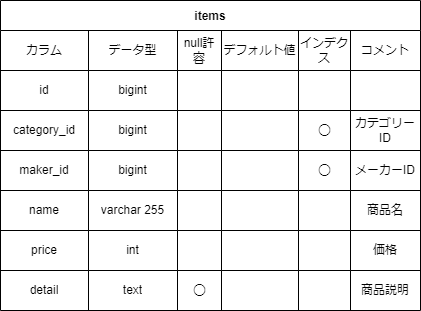
This is UML講座資料/UML/DB/DB定義書.drawio.png from ruderude/UML_study, a draw.io export, as it was before one commit. Source tidied: cells renumbered, new cells last; positions are measured from the earlier drawing's top-left corner, leaving out a move shared by most shapes.
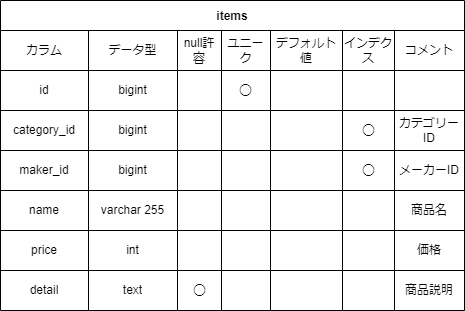
After the commit.

Diff of the diagram source:
```diff
@@ -3,10 +3,10 @@
     <mxCell id="0" />
     <mxCell id="1" parent="0" />
     <mxCell id="2" value="items" style="shape=table;startSize=30;fontStyle=1;align=center;" parent="1" vertex="1">
-      <mxGeometry width="420" height="310" as="geometry" />
+      <mxGeometry width="464" height="310" as="geometry" />
     </mxCell>
     <mxCell id="3" style="shape=tableRow;horizontal=0;startSize=0;swimlaneHead=0;swimlaneBody=0;top=0;left=0;bottom=0;right=0;fillColor=none;" parent="2" vertex="1">
-      <mxGeometry y="30" width="420" height="40" as="geometry" />
+      <mxGeometry y="30" width="464" height="40" as="geometry" />
     </mxCell>
     <mxCell id="4" value="カラム" style="shape=partialRectangle;html=1;whiteSpace=wrap;fillColor=none;top=0;left=0;bottom=0;right=0;overflow=hidden;" parent="3" vertex="1">
       <mxGeometry width="88" height="40" as="geometry" />
@@ -17,17 +17,20 @@
     <mxCell id="6" value="null許容" style="shape=partialRectangle;html=1;whiteSpace=wrap;fillColor=none;top=0;left=0;bottom=0;right=0;overflow=hidden;" parent="3" vertex="1">
       <mxGeometry x="177" width="44" height="40" as="geometry" />
     </mxCell>
+    <mxCell id="52" value="ユニーク" style="shape=partialRectangle;html=1;whiteSpace=wrap;fillColor=none;top=0;left=0;bottom=0;right=0;overflow=hidden;" parent="3" vertex="1">
+      <mxGeometry x="221" width="49" height="40" as="geometry" />
+    </mxCell>
     <mxCell id="7" value="デフォルト値" style="shape=partialRectangle;html=1;whiteSpace=wrap;fillColor=none;top=0;left=0;bottom=0;right=0;overflow=hidden;" parent="3" vertex="1">
-      <mxGeometry x="221" width="77" height="40" as="geometry" />
+      <mxGeometry x="270" width="72" height="40" as="geometry" />
     </mxCell>
     <mxCell id="8" value="インデクス" style="shape=partialRectangle;html=1;whiteSpace=wrap;fillColor=none;top=0;left=0;bottom=0;right=0;overflow=hidden;" parent="3" vertex="1">
-      <mxGeometry x="298" width="52" height="40" as="geometry" />
+      <mxGeometry x="342" width="52" height="40" as="geometry" />
     </mxCell>
     <mxCell id="9" value="コメント" style="shape=partialRectangle;html=1;whiteSpace=wrap;fillColor=none;top=0;left=0;bottom=0;right=0;overflow=hidden;" parent="3" vertex="1">
-      <mxGeometry x="350" width="70" height="40" as="geometry" />
+      <mxGeometry x="394" width="70" height="40" as="geometry" />
     </mxCell>
     <mxCell id="10" style="shape=tableRow;horizontal=0;startSize=0;swimlaneHead=0;swimlaneBody=0;top=0;left=0;bottom=0;right=0;fillColor=none;" parent="2" vertex="1">
-      <mxGeometry y="70" width="420" height="40" as="geometry" />
+      <mxGeometry y="70" width="464" height="40" as="geometry" />
     </mxCell>
     <mxCell id="11" value="id" style="shape=partialRectangle;html=1;whiteSpace=wrap;fillColor=none;top=0;left=0;bottom=0;right=0;overflow=hidden;" parent="10" vertex="1">
       <mxGeometry width="88" height="40" as="geometry" />
@@ -38,17 +41,20 @@
     <mxCell id="13" style="shape=partialRectangle;html=1;whiteSpace=wrap;fillColor=none;top=0;left=0;bottom=0;right=0;overflow=hidden;" parent="10" vertex="1">
       <mxGeometry x="177" width="44" height="40" as="geometry" />
     </mxCell>
+    <mxCell id="53" value="◯" style="shape=partialRectangle;html=1;whiteSpace=wrap;fillColor=none;top=0;left=0;bottom=0;right=0;overflow=hidden;" parent="10" vertex="1">
+      <mxGeometry x="221" width="49" height="40" as="geometry" />
+    </mxCell>
     <mxCell id="14" style="shape=partialRectangle;html=1;whiteSpace=wrap;fillColor=none;top=0;left=0;bottom=0;right=0;overflow=hidden;" parent="10" vertex="1">
-      <mxGeometry x="221" width="77" height="40" as="geometry" />
+      <mxGeometry x="270" width="72" height="40" as="geometry" />
     </mxCell>
     <mxCell id="15" style="shape=partialRectangle;html=1;whiteSpace=wrap;fillColor=none;top=0;left=0;bottom=0;right=0;overflow=hidden;" parent="10" vertex="1">
-      <mxGeometry x="298" width="52" height="40" as="geometry" />
+      <mxGeometry x="342" width="52" height="40" as="geometry" />
     </mxCell>
     <mxCell id="16" style="shape=partialRectangle;html=1;whiteSpace=wrap;fillColor=none;top=0;left=0;bottom=0;right=0;overflow=hidden;" parent="10" vertex="1">
-      <mxGeometry x="350" width="70" height="40" as="geometry" />
+      <mxGeometry x="394" width="70" height="40" as="geometry" />
     </mxCell>
     <mxCell id="17" style="shape=tableRow;horizontal=0;startSize=0;swimlaneHead=0;swimlaneBody=0;top=0;left=0;bottom=0;right=0;fillColor=none;" parent="2" vertex="1">
-      <mxGeometry y="110" width="420" height="40" as="geometry" />
+      <mxGeometry y="110" width="464" height="40" as="geometry" />
     </mxCell>
     <mxCell id="18" value="&lt;span style=&quot;text-align: left;&quot;&gt;category_id&lt;/span&gt;" style="shape=partialRectangle;html=1;whiteSpace=wrap;fillColor=none;top=0;left=0;bottom=0;right=0;overflow=hidden;" parent="17" vertex="1">
       <mxGeometry width="88" height="40" as="geometry" />
@@ -59,17 +65,20 @@
     <mxCell id="20" style="shape=partialRectangle;html=1;whiteSpace=wrap;fillColor=none;top=0;left=0;bottom=0;right=0;overflow=hidden;" parent="17" vertex="1">
       <mxGeometry x="177" width="44" height="40" as="geometry" />
     </mxCell>
+    <mxCell id="54" style="shape=partialRectangle;html=1;whiteSpace=wrap;fillColor=none;top=0;left=0;bottom=0;right=0;overflow=hidden;" parent="17" vertex="1">
+      <mxGeometry x="221" width="49" height="40" as="geometry" />
+    </mxCell>
     <mxCell id="21" style="shape=partialRectangle;html=1;whiteSpace=wrap;fillColor=none;top=0;left=0;bottom=0;right=0;overflow=hidden;" parent="17" vertex="1">
-      <mxGeometry x="221" width="77" height="40" as="geometry" />
+      <mxGeometry x="270" width="72" height="40" as="geometry" />
     </mxCell>
     <mxCell id="22" value="◯" style="shape=partialRectangle;html=1;whiteSpace=wrap;fillColor=none;top=0;left=0;bottom=0;right=0;overflow=hidden;" parent="17" vertex="1">
-      <mxGeometry x="298" width="52" height="40" as="geometry" />
+      <mxGeometry x="342" width="52" height="40" as="geometry" />
     </mxCell>
     <mxCell id="23" value="カテゴリーID" style="shape=partialRectangle;html=1;whiteSpace=wrap;fillColor=none;top=0;left=0;bottom=0;right=0;overflow=hidden;" parent="17" vertex="1">
-      <mxGeometry x="350" width="70" height="40" as="geometry" />
+      <mxGeometry x="394" width="70" height="40" as="geometry" />
     </mxCell>
     <mxCell id="24" style="shape=tableRow;horizontal=0;startSize=0;swimlaneHead=0;swimlaneBody=0;top=0;left=0;bottom=0;right=0;fillColor=none;" parent="2" vertex="1">
-      <mxGeometry y="150" width="420" height="40" as="geometry" />
+      <mxGeometry y="150" width="464" height="40" as="geometry" />
     </mxCell>
     <mxCell id="25" value="maker_id" style="shape=partialRectangle;html=1;whiteSpace=wrap;fillColor=none;top=0;left=0;bottom=0;right=0;overflow=hidden;" parent="24" vertex="1">
       <mxGeometry width="88" height="40" as="geometry" />
@@ -80,17 +89,20 @@
     <mxCell id="27" style="shape=partialRectangle;html=1;whiteSpace=wrap;fillColor=none;top=0;left=0;bottom=0;right=0;overflow=hidden;" parent="24" vertex="1">
       <mxGeometry x="177" width="44" height="40" as="geometry" />
     </mxCell>
+    <mxCell id="55" style="shape=partialRectangle;html=1;whiteSpace=wrap;fillColor=none;top=0;left=0;bottom=0;right=0;overflow=hidden;" parent="24" vertex="1">
+      <mxGeometry x="221" width="49" height="40" as="geometry" />
+    </mxCell>
     <mxCell id="28" style="shape=partialRectangle;html=1;whiteSpace=wrap;fillColor=none;top=0;left=0;bottom=0;right=0;overflow=hidden;" parent="24" vertex="1">
-      <mxGeometry x="221" width="77" height="40" as="geometry" />
+      <mxGeometry x="270" width="72" height="40" as="geometry" />
     </mxCell>
     <mxCell id="29" value="◯" style="shape=partialRectangle;html=1;whiteSpace=wrap;fillColor=none;top=0;left=0;bottom=0;right=0;overflow=hidden;" parent="24" vertex="1">
-      <mxGeometry x="298" width="52" height="40" as="geometry" />
+      <mxGeometry x="342" width="52" height="40" as="geometry" />
     </mxCell>
     <mxCell id="30" value="メーカーID" style="shape=partialRectangle;html=1;whiteSpace=wrap;fillColor=none;top=0;left=0;bottom=0;right=0;overflow=hidden;" parent="24" vertex="1">
-      <mxGeometry x="350" width="70" height="40" as="geometry" />
+      <mxGeometry x="394" width="70" height="40" as="geometry" />
     </mxCell>
     <mxCell id="31" style="shape=tableRow;horizontal=0;startSize=0;swimlaneHead=0;swimlaneBody=0;top=0;left=0;bottom=0;right=0;fillColor=none;" parent="2" vertex="1">
-      <mxGeometry y="190" width="420" height="40" as="geometry" />
+      <mxGeometry y="190" width="464" height="40" as="geometry" />
     </mxCell>
     <mxCell id="32" value="name" style="shape=partialRectangle;html=1;whiteSpace=wrap;fillColor=none;top=0;left=0;bottom=0;right=0;overflow=hidden;" parent="31" vertex="1">
       <mxGeometry width="88" height="40" as="geometry" />
@@ -101,17 +113,20 @@
     <mxCell id="34" style="shape=partialRectangle;html=1;whiteSpace=wrap;fillColor=none;top=0;left=0;bottom=0;right=0;overflow=hidden;" parent="31" vertex="1">
       <mxGeometry x="177" width="44" height="40" as="geometry" />
     </mxCell>
+    <mxCell id="56" style="shape=partialRectangle;html=1;whiteSpace=wrap;fillColor=none;top=0;left=0;bottom=0;right=0;overflow=hidden;" parent="31" vertex="1">
+      <mxGeometry x="221" width="49" height="40" as="geometry" />
+    </mxCell>
     <mxCell id="35" style="shape=partialRectangle;html=1;whiteSpace=wrap;fillColor=none;top=0;left=0;bottom=0;right=0;overflow=hidden;" parent="31" vertex="1">
-      <mxGeometry x="221" width="77" height="40" as="geometry" />
+      <mxGeometry x="270" width="72" height="40" as="geometry" />
     </mxCell>
     <mxCell id="36" style="shape=partialRectangle;html=1;whiteSpace=wrap;fillColor=none;top=0;left=0;bottom=0;right=0;overflow=hidden;" parent="31" vertex="1">
-      <mxGeometry x="298" width="52" height="40" as="geometry" />
+      <mxGeometry x="342" width="52" height="40" as="geometry" />
     </mxCell>
     <mxCell id="37" value="商品名" style="shape=partialRectangle;html=1;whiteSpace=wrap;fillColor=none;top=0;left=0;bottom=0;right=0;overflow=hidden;" parent="31" vertex="1">
-      <mxGeometry x="350" width="70" height="40" as="geometry" />
+      <mxGeometry x="394" width="70" height="40" as="geometry" />
     </mxCell>
     <mxCell id="38" style="shape=tableRow;horizontal=0;startSize=0;swimlaneHead=0;swimlaneBody=0;top=0;left=0;bottom=0;right=0;fillColor=none;" parent="2" vertex="1">
-      <mxGeometry y="230" width="420" height="40" as="geometry" />
+      <mxGeometry y="230" width="464" height="40" as="geometry" />
     </mxCell>
     <mxCell id="39" value="price" style="shape=partialRectangle;html=1;whiteSpace=wrap;fillColor=none;top=0;left=0;bottom=0;right=0;overflow=hidden;" parent="38" vertex="1">
       <mxGeometry width="88" height="40" as="geometry" />
@@ -122,17 +137,20 @@
     <mxCell id="41" style="shape=partialRectangle;html=1;whiteSpace=wrap;fillColor=none;top=0;left=0;bottom=0;right=0;overflow=hidden;" parent="38" vertex="1">
       <mxGeometry x="177" width="44" height="40" as="geometry" />
     </mxCell>
+    <mxCell id="57" style="shape=partialRectangle;html=1;whiteSpace=wrap;fillColor=none;top=0;left=0;bottom=0;right=0;overflow=hidden;" parent="38" vertex="1">
+      <mxGeometry x="221" width="49" height="40" as="geometry" />
+    </mxCell>
     <mxCell id="42" style="shape=partialRectangle;html=1;whiteSpace=wrap;fillColor=none;top=0;left=0;bottom=0;right=0;overflow=hidden;" parent="38" vertex="1">
-      <mxGeometry x="221" width="77" height="40" as="geometry" />
+      <mxGeometry x="270" width="72" height="40" as="geometry" />
     </mxCell>
     <mxCell id="43" style="shape=partialRectangle;html=1;whiteSpace=wrap;fillColor=none;top=0;left=0;bottom=0;right=0;overflow=hidden;" parent="38" vertex="1">
-      <mxGeometry x="298" width="52" height="40" as="geometry" />
+      <mxGeometry x="342" width="52" height="40" as="geometry" />
     </mxCell>
     <mxCell id="44" value="価格" style="shape=partialRectangle;html=1;whiteSpace=wrap;fillColor=none;top=0;left=0;bottom=0;right=0;overflow=hidden;" parent="38" vertex="1">
-      <mxGeometry x="350" width="70" height="40" as="geometry" />
+      <mxGeometry x="394" width="70" height="40" as="geometry" />
     </mxCell>
     <mxCell id="45" style="shape=tableRow;horizontal=0;startSize=0;swimlaneHead=0;swimlaneBody=0;top=0;left=0;bottom=0;right=0;fillColor=none;" parent="2" vertex="1">
-      <mxGeometry y="270" width="420" height="40" as="geometry" />
+      <mxGeometry y="270" width="464" height="40" as="geometry" />
     </mxCell>
     <mxCell id="46" value="detail" style="shape=partialRectangle;html=1;whiteSpace=wrap;fillColor=none;top=0;left=0;bottom=0;right=0;overflow=hidden;" parent="45" vertex="1">
       <mxGeometry width="88" height="40" as="geometry" />
@@ -143,14 +161,17 @@
     <mxCell id="48" value="◯" style="shape=partialRectangle;html=1;whiteSpace=wrap;fillColor=none;top=0;left=0;bottom=0;right=0;overflow=hidden;" parent="45" vertex="1">
       <mxGeometry x="177" width="44" height="40" as="geometry" />
     </mxCell>
+    <mxCell id="58" style="shape=partialRectangle;html=1;whiteSpace=wrap;fillColor=none;top=0;left=0;bottom=0;right=0;overflow=hidden;" parent="45" vertex="1">
+      <mxGeometry x="221" width="49" height="40" as="geometry" />
+    </mxCell>
     <mxCell id="49" style="shape=partialRectangle;html=1;whiteSpace=wrap;fillColor=none;top=0;left=0;bottom=0;right=0;overflow=hidden;" parent="45" vertex="1">
-      <mxGeometry x="221" width="77" height="40" as="geometry" />
+      <mxGeometry x="270" width="72" height="40" as="geometry" />
     </mxCell>
     <mxCell id="50" style="shape=partialRectangle;html=1;whiteSpace=wrap;fillColor=none;top=0;left=0;bottom=0;right=0;overflow=hidden;" parent="45" vertex="1">
-      <mxGeometry x="298" width="52" height="40" as="geometry" />
+      <mxGeometry x="342" width="52" height="40" as="geometry" />
     </mxCell>
     <mxCell id="51" value="商品説明" style="shape=partialRectangle;html=1;whiteSpace=wrap;fillColor=none;top=0;left=0;bottom=0;right=0;overflow=hidden;" parent="45" vertex="1">
-      <mxGeometry x="350" width="70" height="40" as="geometry" />
+      <mxGeometry x="394" width="70" height="40" as="geometry" />
     </mxCell>
   </root>
 </mxGraphModel>
```
